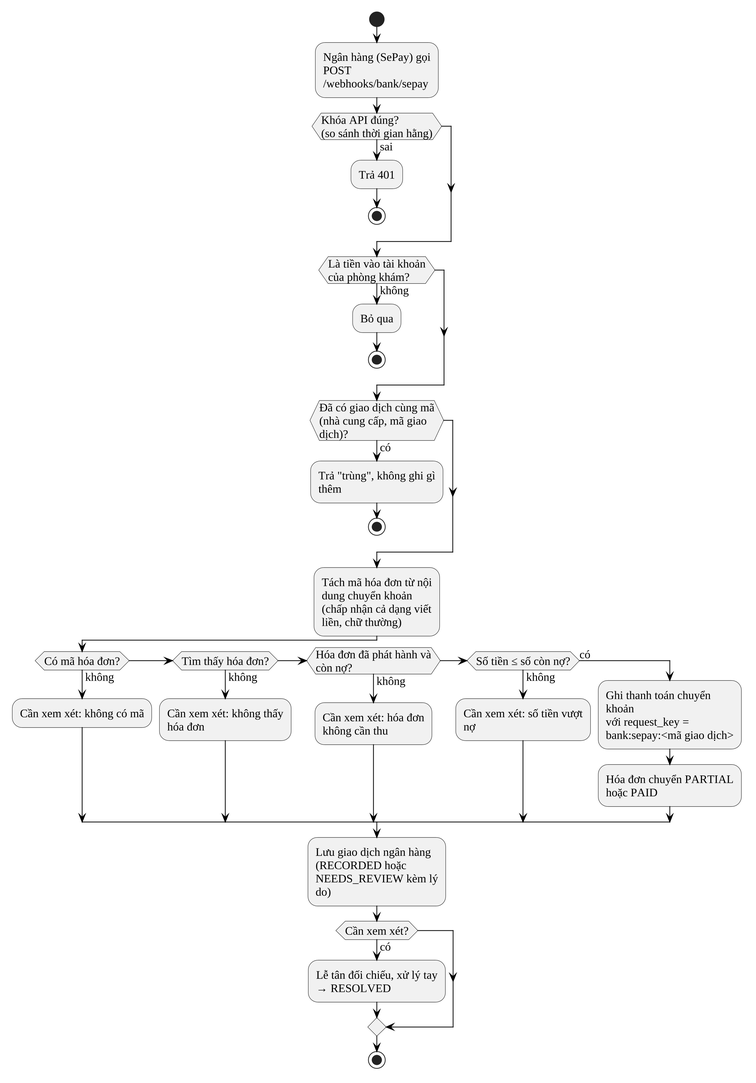
Above: docs/10_Thesis/bao-cao/hinh/3-20-hoat-dong-doi-soat.png in Trantuan0310/dental-clinic-nestjs-react (PlantUML), before the change. The source it was exported from:
```plantuml
@startuml
!include _kieu.iuml
start
:Ngân hàng (SePay) gọi\nPOST /webhooks/bank/sepay;
if (Khóa API đúng?\n(so sánh thời gian hằng)) then (sai)
  :Trả 401;
  stop
endif
if (Là tiền vào tài khoản\ncủa phòng khám?) then (không)
  :Bỏ qua;
  stop
endif
if (Đã có giao dịch cùng mã\n(nhà cung cấp, mã giao dịch)?) then (có)
  :Trả "trùng", không ghi gì thêm;
  stop
endif
:Tách mã hóa đơn từ nội dung chuyển khoản\n(chấp nhận cả dạng viết liền, chữ thường);
if (Có mã hóa đơn?) then (không)
  :Cần xem xét: không có mã;
elseif (Tìm thấy hóa đơn?) then (không)
  :Cần xem xét: không thấy hóa đơn;
elseif (Hóa đơn đã phát hành và còn nợ?) then (không)
  :Cần xem xét: hóa đơn không cần thu;
elseif (Số tiền ≤ số còn nợ?) then (không)
  :Cần xem xét: số tiền vượt nợ;
else (có)
  :Ghi thanh toán chuyển khoản\nvới request_key = bank:sepay:<mã giao dịch>;
  :Hóa đơn chuyển PARTIAL hoặc PAID;
endif
:Lưu giao dịch ngân hàng\n(RECORDED hoặc NEEDS_REVIEW kèm lý do);
if (Cần xem xét?) then (có)
  :Lễ tân đối chiếu, xử lý tay\n→ RESOLVED;
endif
stop
@enduml
```
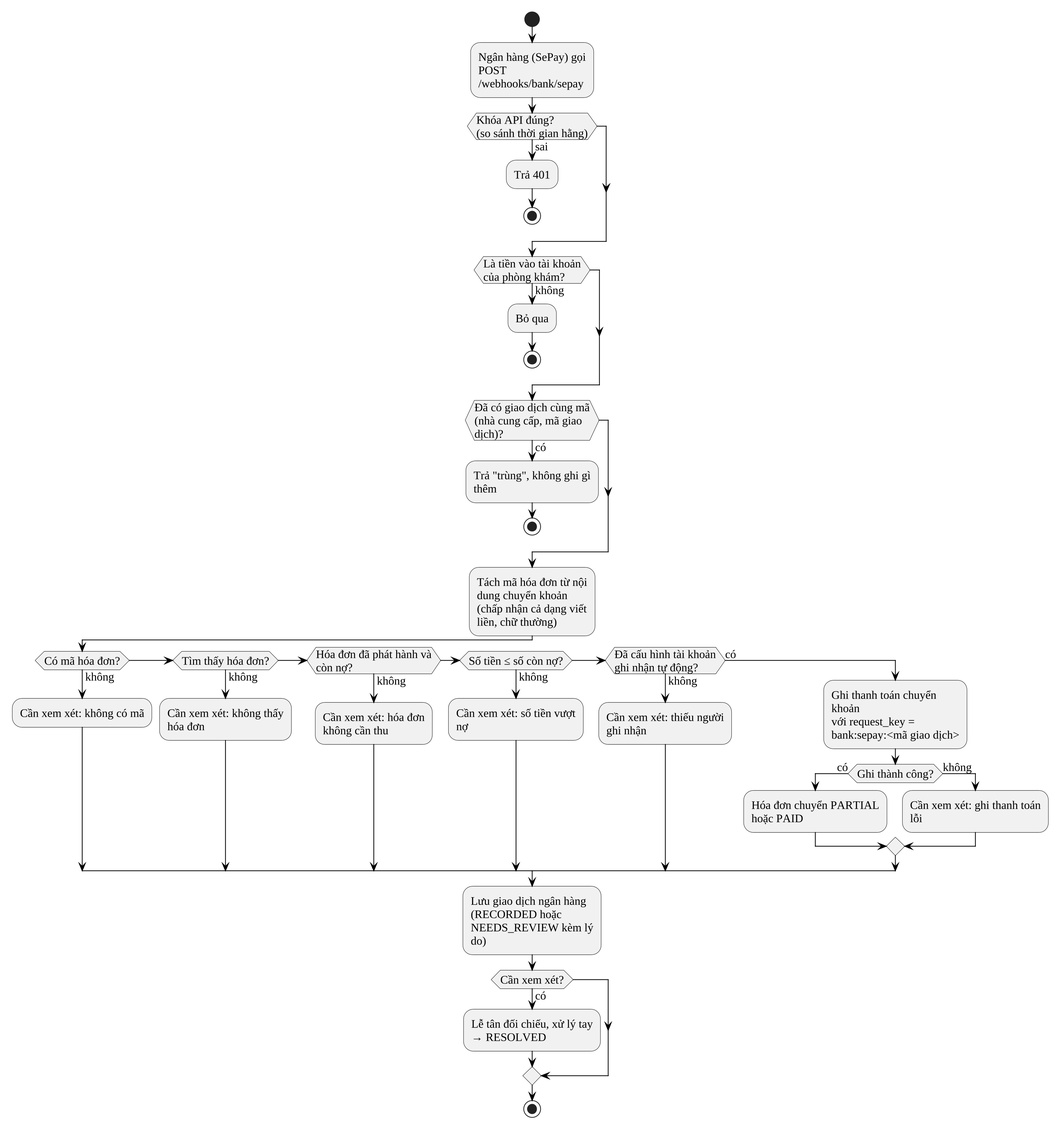
Above is the later version.

Diff of the diagram source:
```diff
@@ -23,9 +23,15 @@
   :Cần xem xét: hóa đơn không cần thu;
 elseif (Số tiền ≤ số còn nợ?) then (không)
   :Cần xem xét: số tiền vượt nợ;
+elseif (Đã cấu hình tài khoản\nghi nhận tự động?) then (không)
+  :Cần xem xét: thiếu người ghi nhận;
 else (có)
   :Ghi thanh toán chuyển khoản\nvới request_key = bank:sepay:<mã giao dịch>;
-  :Hóa đơn chuyển PARTIAL hoặc PAID;
+  if (Ghi thành công?) then (có)
+    :Hóa đơn chuyển PARTIAL hoặc PAID;
+  else (không)
+    :Cần xem xét: ghi thanh toán lỗi;
+  endif
 endif
 :Lưu giao dịch ngân hàng\n(RECORDED hoặc NEEDS_REVIEW kèm lý do);
 if (Cần xem xét?) then (có)
```
